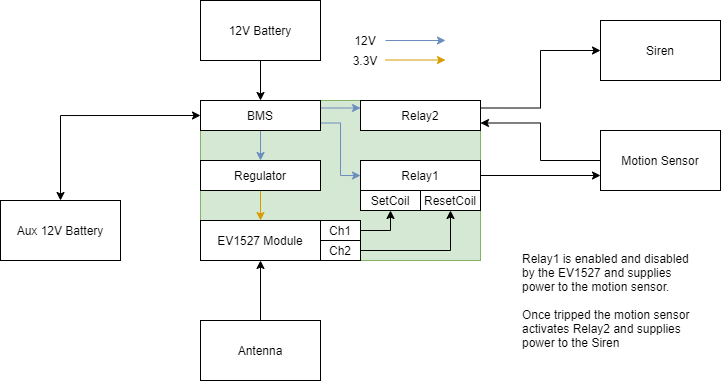
Above: fbd/EV1527.png in runbren/keyless-security (draw.io), before the change. Source tidied: cells renumbered, new cells last; positions are measured from the earlier drawing's top-left corner, leaving out a move shared by most shapes.
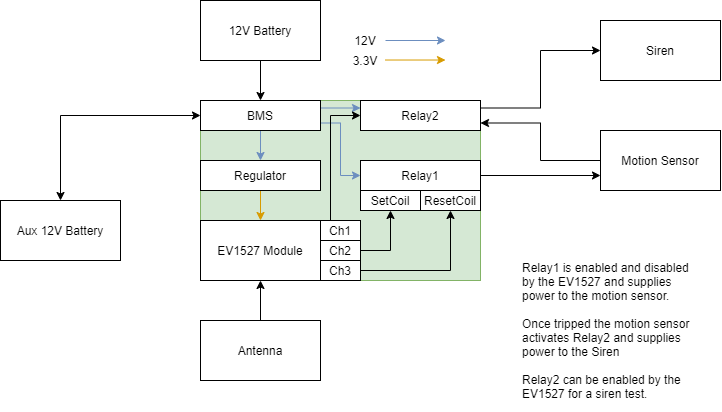
Later version of the same file.

Diff of the diagram source:
```diff
@@ -15,10 +15,10 @@
       <mxGeometry y="200" width="120" height="60" as="geometry" />
     </mxCell>
     <mxCell id="6" style="group;" parent="1" vertex="1">
-      <mxGeometry x="200" y="100" width="280" height="160" as="geometry" />
+      <mxGeometry x="200" y="100" width="280" height="180" as="geometry" />
     </mxCell>
     <mxCell id="7" style="rounded=0;whiteSpace=wrap;html=1;fillColor=#d5e8d4;strokeColor=#82b366;" parent="6" vertex="1">
-      <mxGeometry width="280" height="160" as="geometry" />
+      <mxGeometry width="280" height="180" as="geometry" />
     </mxCell>
     <mxCell id="8" style="edgeStyle=orthogonalEdgeStyle;rounded=0;jettySize=auto;html=1;exitX=1;exitY=0.25;exitDx=0;exitDy=0;entryX=0;entryY=0.25;entryDx=0;entryDy=0;startArrow=none;startFill=0;endArrow=classic;endFill=1;fillColor=#dae8fc;strokeColor=#6c8ebf;" parent="6" edge="1" source="11" target="13">
       <mxGeometry relative="1" as="geometry" />
@@ -38,11 +38,15 @@
     <mxCell id="13" value="Relay2" style="rounded=0;whiteSpace=wrap;html=1;" parent="6" vertex="1">
       <mxGeometry x="160" width="120" height="30" as="geometry" />
     </mxCell>
-    <mxCell id="14" style="edgeStyle=orthogonalEdgeStyle;rounded=0;jettySize=auto;html=1;exitX=1;exitY=0.5;exitDx=0;exitDy=0;entryX=0.5;entryY=1;entryDx=0;entryDy=0;startArrow=none;startFill=0;endArrow=classic;endFill=1;" parent="6" edge="1" source="18" target="21">
-      <mxGeometry relative="1" as="geometry" />
+    <mxCell id="14" style="edgeStyle=orthogonalEdgeStyle;rounded=0;jettySize=auto;html=1;entryX=0;entryY=0.5;entryDx=0;entryDy=0;startArrow=none;startFill=0;endArrow=classic;endFill=1;" parent="6" edge="1" source="18" target="13">
+      <mxGeometry relative="1" as="geometry">
+        <Array as="points">
+          <mxPoint x="130" y="15" />
+        </Array>
+      </mxGeometry>
     </mxCell>
     <mxCell id="15" value="EV1527 Module" style="rounded=0;whiteSpace=wrap;html=1;" parent="6" vertex="1">
-      <mxGeometry y="120" width="120" height="40" as="geometry" />
+      <mxGeometry y="120" width="120" height="60" as="geometry" />
     </mxCell>
     <mxCell id="16" style="edgeStyle=orthogonalEdgeStyle;rounded=0;jettySize=auto;html=1;exitX=0.5;exitY=1;exitDx=0;exitDy=0;entryX=0.5;entryY=0;entryDx=0;entryDy=0;startArrow=none;startFill=0;endArrow=classic;endFill=1;fillColor=#ffe6cc;strokeColor=#d79b00;" parent="6" edge="1" source="17" target="15">
       <mxGeometry relative="1" as="geometry" />
@@ -53,7 +57,7 @@
     <mxCell id="18" value="Ch1" style="rounded=0;whiteSpace=wrap;html=1;" parent="6" vertex="1">
       <mxGeometry x="120" y="120" width="40" height="20" as="geometry" />
     </mxCell>
-    <mxCell id="19" style="edgeStyle=orthogonalEdgeStyle;rounded=0;jettySize=auto;html=1;exitX=1;exitY=0.5;exitDx=0;exitDy=0;entryX=0.5;entryY=1;entryDx=0;entryDy=0;" parent="6" edge="1" source="20" target="22">
+    <mxCell id="19" style="edgeStyle=orthogonalEdgeStyle;rounded=0;jettySize=auto;html=1;exitX=1;exitY=0.5;exitDx=0;exitDy=0;entryX=0.5;entryY=1;entryDx=0;entryDy=0;" parent="6" edge="1" source="20" target="21">
       <mxGeometry relative="1" as="geometry" />
     </mxCell>
     <mxCell id="20" value="Ch2" style="rounded=0;whiteSpace=wrap;html=1;" parent="6" vertex="1">
@@ -65,6 +69,12 @@
     <mxCell id="22" value="ResetCoil" style="rounded=0;whiteSpace=wrap;html=1;" parent="6" vertex="1">
       <mxGeometry x="220" y="90" width="60" height="20" as="geometry" />
     </mxCell>
+    <mxCell id="35" style="edgeStyle=orthogonalEdgeStyle;rounded=0;jettySize=auto;html=1;exitX=1;exitY=0.5;exitDx=0;exitDy=0;entryX=0.5;entryY=1;entryDx=0;entryDy=0;" parent="6" edge="1" source="36" target="22">
+      <mxGeometry relative="1" as="geometry" />
+    </mxCell>
+    <mxCell id="36" value="Ch3" style="rounded=0;whiteSpace=wrap;html=1;" parent="6" vertex="1">
+      <mxGeometry x="120" y="160" width="40" height="20" as="geometry" />
+    </mxCell>
     <mxCell id="23" value="Antenna" style="rounded=0;whiteSpace=wrap;html=1;" parent="1" vertex="1">
       <mxGeometry x="200" y="320" width="120" height="60" as="geometry" />
     </mxCell>
@@ -86,8 +96,8 @@
     <mxCell id="29" style="edgeStyle=orthogonalEdgeStyle;rounded=0;jettySize=auto;html=1;exitX=1;exitY=0.5;exitDx=0;exitDy=0;entryX=0;entryY=0.75;entryDx=0;entryDy=0;startArrow=none;startFill=0;endArrow=classic;endFill=1;" parent="1" edge="1" source="12" target="26">
       <mxGeometry relative="1" as="geometry" />
     </mxCell>
-    <mxCell id="30" value="Relay1 is enabled and disabled by the EV1527 and supplies power to the motion sensor.&lt;br&gt;&lt;br&gt;Once tripped the motion sensor activates Relay2 and supplies power to the Siren" style="text;html=1;strokeColor=none;fillColor=none;align=left;verticalAlign=middle;whiteSpace=wrap;rounded=0;" parent="1" vertex="1">
-      <mxGeometry x="520" y="250" width="170" height="100" as="geometry" />
+    <mxCell id="30" value="Relay1 is enabled and disabled by the EV1527 and supplies power to the motion sensor.&lt;br&gt;&lt;br&gt;Once tripped the motion sensor activates Relay2 and supplies power to the Siren&lt;br&gt;&lt;br&gt;Relay2 can be enabled by the EV1527 for a siren test." style="text;html=1;strokeColor=none;fillColor=none;align=left;verticalAlign=middle;whiteSpace=wrap;rounded=0;" parent="1" vertex="1">
+      <mxGeometry x="520" y="250" width="170" height="160" as="geometry" />
     </mxCell>
     <mxCell id="31" style="edgeStyle=orthogonalEdgeStyle;rounded=0;orthogonalLoop=1;jettySize=auto;html=1;exitX=1;exitY=0.25;exitDx=0;exitDy=0;entryX=0;entryY=0.25;entryDx=0;entryDy=0;startArrow=none;startFill=0;endArrow=classic;endFill=1;fillColor=#dae8fc;strokeColor=#6c8ebf;" parent="1" edge="1">
       <mxGeometry relative="1" as="geometry">
```
